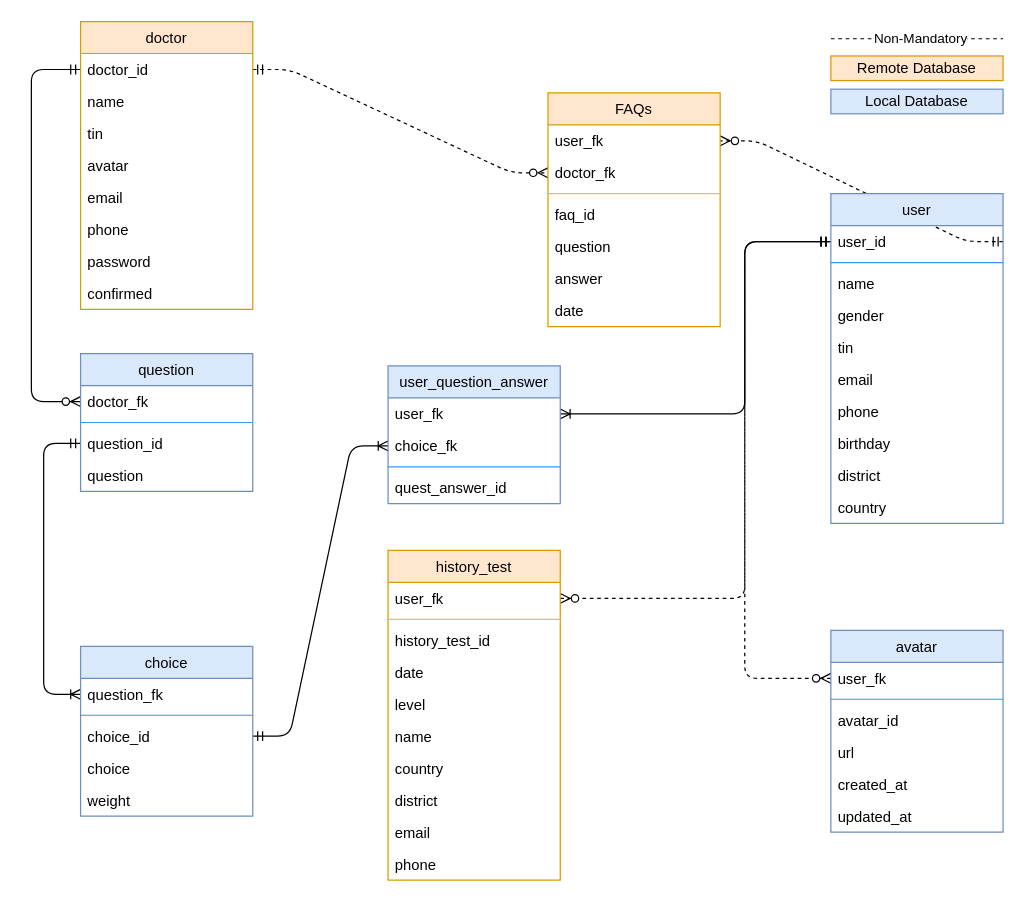
Above: page "er_model" (1 of 2) of documentation/draw.drawio in agostinhoramos/Testing_COVID_19 (draw.io), before the change. Source tidied: cells renumbered, new cells numbered last; positions are measured from the earlier drawing's top-left corner, leaving out a move shared by most shapes. Both pictures are drawn from the tidied source at 123%, with x=0, y=0 at pixel (31, 21).
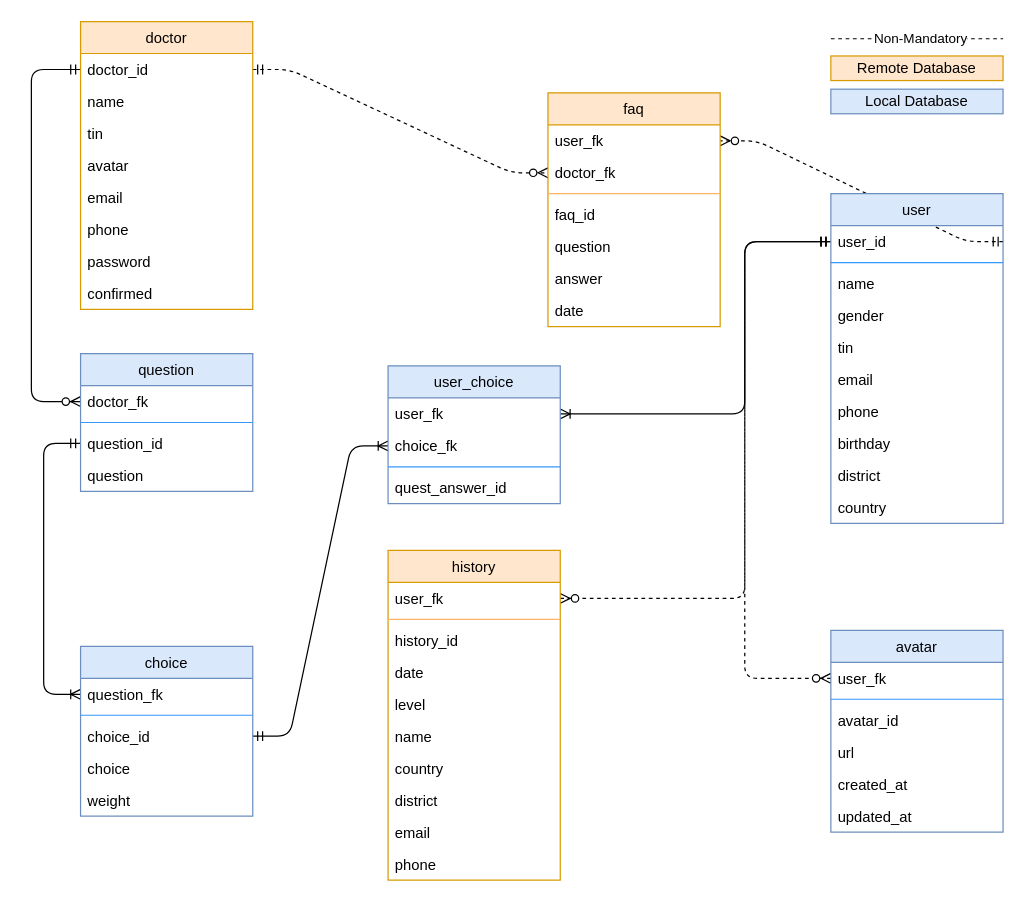
After the change.

Change to the diagram source:
```diff
@@
-    <mxCell id="24" value="user_question_answer" style="swimlane;fontStyle=0;horizontal=1;startSize=26;fillColor=#dae8fc;strokeColor=#6c8ebf;" parent="1" vertex="1">
+    <mxCell id="24" value="user_choice" style="swimlane;fontStyle=0;horizontal=1;startSize=26;fillColor=#dae8fc;strokeColor=#6c8ebf;" parent="1" vertex="1">
       <mxGeometry x="290" y="280" width="140" height="112" as="geometry" />
     </mxCell>
@@
-    <mxCell id="55" value="FAQs" style="swimlane;fontStyle=0;horizontal=1;startSize=26;fillColor=#ffe6cc;strokeColor=#d79b00;" parent="1" vertex="1">
+    <mxCell id="55" value="faq" style="swimlane;fontStyle=0;horizontal=1;startSize=26;fillColor=#ffe6cc;strokeColor=#d79b00;" parent="1" vertex="1">
       <mxGeometry x="420" y="58" width="140" height="190" as="geometry" />
     </mxCell>
@@
-    <mxCell id="65" value="history_test" style="swimlane;fontStyle=0;horizontal=1;startSize=26;fillColor=#ffe6cc;strokeColor=#d79b00;" parent="1" vertex="1">
+    <mxCell id="65" value="history" style="swimlane;fontStyle=0;horizontal=1;startSize=26;fillColor=#ffe6cc;strokeColor=#d79b00;" parent="1" vertex="1">
       <mxGeometry x="290" y="430" width="140" height="268" as="geometry" />
     </mxCell>
@@
-    <mxCell id="68" value="history_test_id" style="text;strokeColor=none;fillColor=none;align=left;verticalAlign=top;spacingLeft=4;spacingRight=4;overflow=hidden;" parent="65" vertex="1">
+    <mxCell id="68" value="history_id" style="text;strokeColor=none;fillColor=none;align=left;verticalAlign=top;spacingLeft=4;spacingRight=4;overflow=hidden;" parent="65" vertex="1">
       <mxGeometry y="60" width="140" height="26" as="geometry" />
     </mxCell>
```
